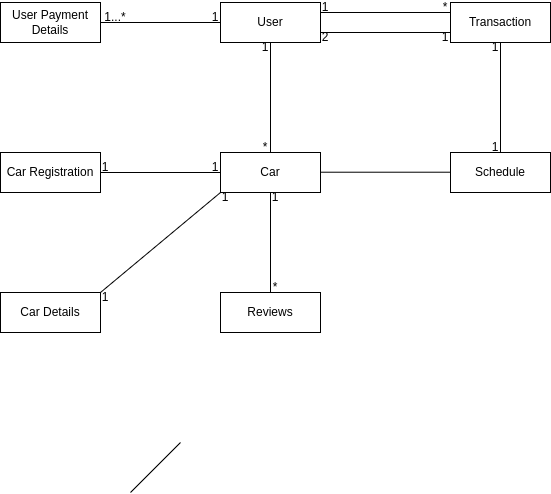
Before: docs/EntityRelationshipDiagram.drawio.png, a diagram exported from draw.io (514sh/sulong). Source tidied: cells renumbered, new cells last; positions are measured from the earlier drawing's top-left corner, leaving out a move shared by most shapes.
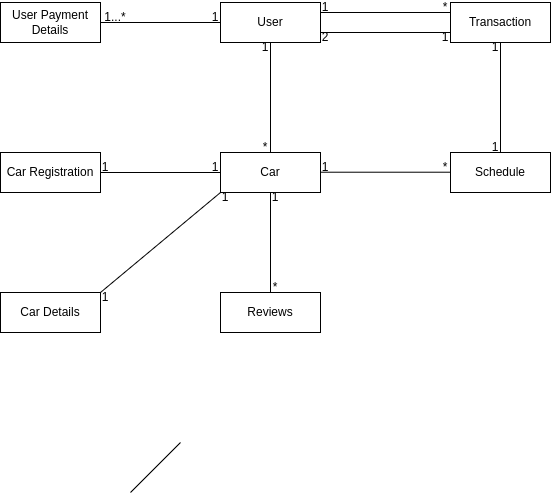
The same diagram one commit later.

The edit, as a diff of the source:
```diff
@@ -113,5 +113,11 @@
     <mxCell id="35" value="1" style="text;strokeColor=none;align=center;fillColor=none;html=1;verticalAlign=middle;whiteSpace=wrap;rounded=0;" parent="1" vertex="1">
       <mxGeometry x="100" y="290" width="10" height="10" as="geometry" />
     </mxCell>
+    <mxCell id="36" value="1" style="text;strokeColor=none;align=center;fillColor=none;html=1;verticalAlign=middle;whiteSpace=wrap;rounded=0;" parent="1" vertex="1">
+      <mxGeometry x="320" y="160" width="10" height="10" as="geometry" />
+    </mxCell>
+    <mxCell id="37" value="*" style="text;strokeColor=none;align=center;fillColor=none;html=1;verticalAlign=middle;whiteSpace=wrap;rounded=0;" parent="1" vertex="1">
+      <mxGeometry x="440" y="160" width="10" height="10" as="geometry" />
+    </mxCell>
   </root>
 </mxGraphModel>
```
